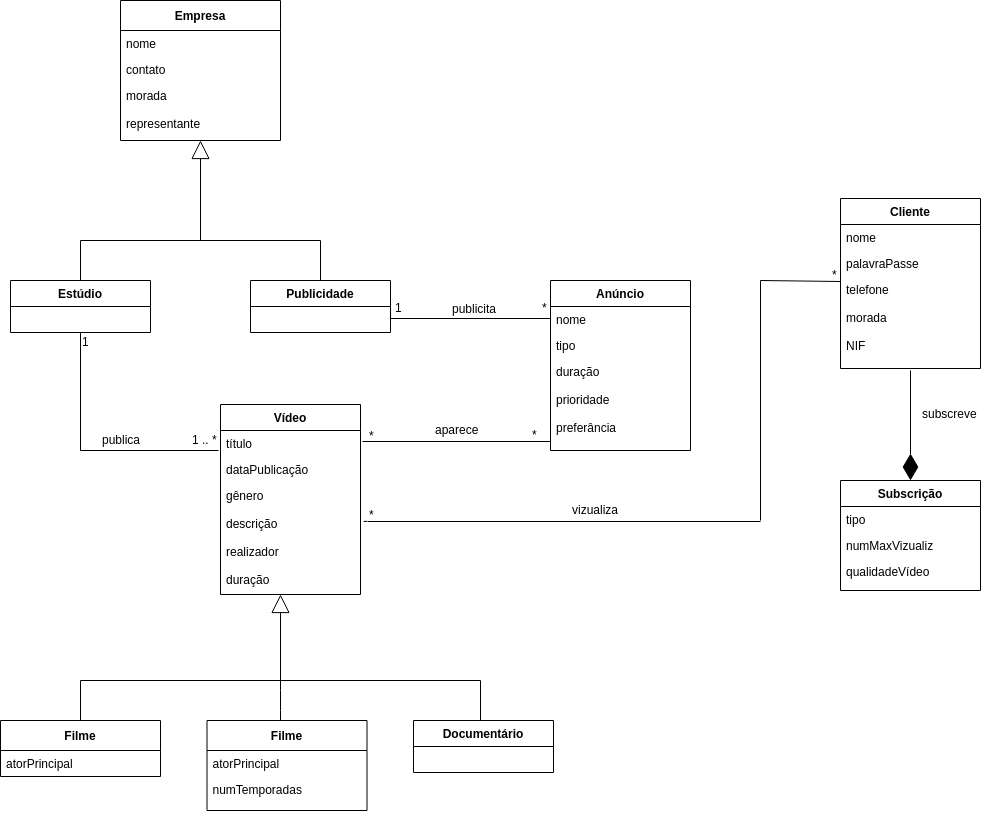
claudiaidcm/FEUP_BDAD-proj keeps this draw.io diagram as projetoPrimeiraParte/UML.png. Above is the earlier version. Source tidied: cells renumbered, new cells last; positions are measured from the earlier drawing's top-left corner, leaving out a move shared by most shapes.
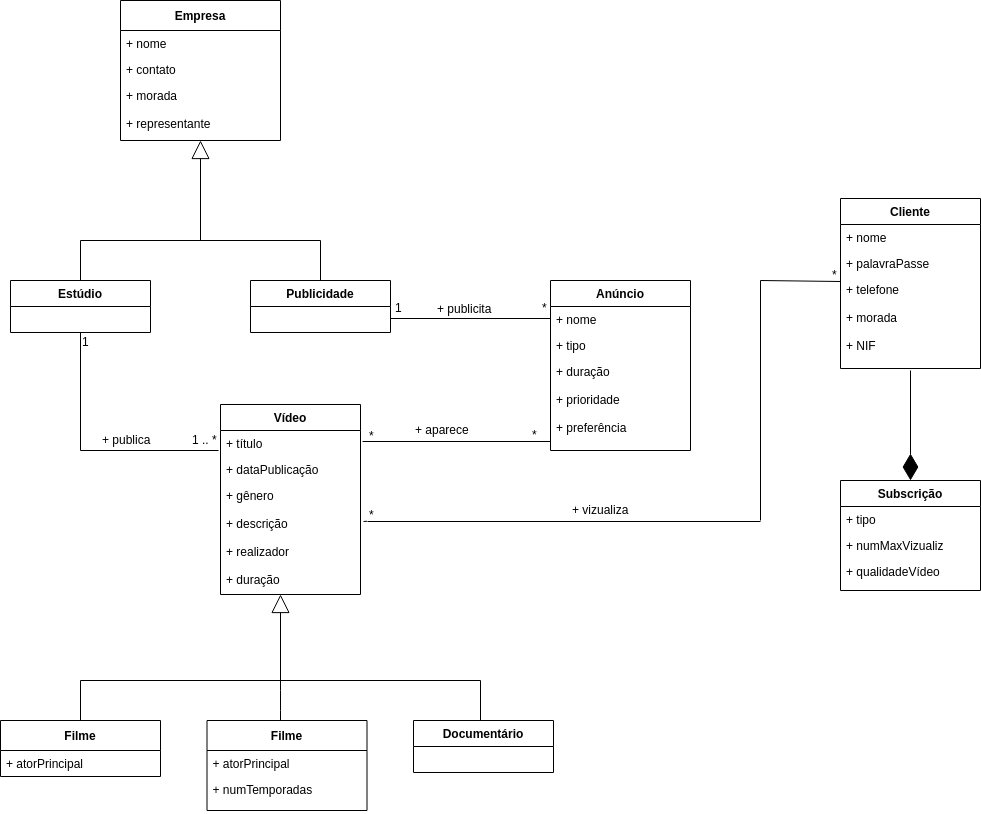
After the change.

Change to the diagram source:
```diff
@@ -5,13 +5,13 @@
     <mxCell id="2" value="Empresa" style="swimlane;fontStyle=1;horizontal=1;startSize=30;fillColor=none;" parent="1" vertex="1">
       <mxGeometry x="120" width="160" height="140" as="geometry" />
     </mxCell>
-    <mxCell id="3" value="nome" style="text;strokeColor=none;fillColor=none;align=left;verticalAlign=top;spacingLeft=4;spacingRight=4;overflow=hidden;" parent="2" vertex="1">
+    <mxCell id="3" value="+ nome&#10;&#10;" style="text;strokeColor=none;fillColor=none;align=left;verticalAlign=top;spacingLeft=4;spacingRight=4;overflow=hidden;" parent="2" vertex="1">
       <mxGeometry y="30" width="160" height="26" as="geometry" />
     </mxCell>
-    <mxCell id="4" value="contato" style="text;strokeColor=none;fillColor=none;align=left;verticalAlign=top;spacingLeft=4;spacingRight=4;overflow=hidden;" parent="2" vertex="1">
+    <mxCell id="4" value="+ contato" style="text;strokeColor=none;fillColor=none;align=left;verticalAlign=top;spacingLeft=4;spacingRight=4;overflow=hidden;" parent="2" vertex="1">
       <mxGeometry y="56" width="160" height="26" as="geometry" />
     </mxCell>
-    <mxCell id="5" value="morada&#10;&#10;representante&#10;" style="text;strokeColor=none;fillColor=none;align=left;verticalAlign=top;spacingLeft=4;spacingRight=4;overflow=hidden;" parent="2" vertex="1">
+    <mxCell id="5" value="+ morada&#10;&#10;+ representante&#10;" style="text;strokeColor=none;fillColor=none;align=left;verticalAlign=top;spacingLeft=4;spacingRight=4;overflow=hidden;" parent="2" vertex="1">
       <mxGeometry y="82" width="160" height="58" as="geometry" />
     </mxCell>
     <mxCell id="6" value="&lt;br&gt;&lt;br&gt;" style="endArrow=block;endSize=16;endFill=0;html=1;" parent="1" edge="1">
@@ -48,19 +48,19 @@
     <mxCell id="13" style="line;strokeWidth=1;fillColor=none;align=left;verticalAlign=middle;spacingTop=-1;spacingLeft=3;spacingRight=3;labelPosition=right;" parent="1" vertex="1">
       <mxGeometry x="390" y="314" width="160" height="8" as="geometry" />
     </mxCell>
-    <mxCell id="14" value="publicita" style="text;html=1;align=left;verticalAlign=top;spacingTop=-4;" parent="1" vertex="1">
-      <mxGeometry x="450" y="299" width="60" height="20" as="geometry" />
+    <mxCell id="14" value="+ publicita" style="text;html=1;align=left;verticalAlign=top;spacingTop=-4;" parent="1" vertex="1">
+      <mxGeometry x="435" y="299" width="70" height="20" as="geometry" />
     </mxCell>
     <mxCell id="15" value="Anúncio" style="swimlane;fontStyle=1;horizontal=1;startSize=26;fillColor=none;" parent="1" vertex="1">
       <mxGeometry x="550" y="280" width="140" height="170" as="geometry" />
     </mxCell>
-    <mxCell id="16" value="nome&#10;&#10;" style="text;strokeColor=none;fillColor=none;align=left;verticalAlign=top;spacingLeft=4;spacingRight=4;overflow=hidden;" parent="15" vertex="1">
+    <mxCell id="16" value="+ nome&#10;&#10;" style="text;strokeColor=none;fillColor=none;align=left;verticalAlign=top;spacingLeft=4;spacingRight=4;overflow=hidden;" parent="15" vertex="1">
       <mxGeometry y="26" width="140" height="26" as="geometry" />
     </mxCell>
-    <mxCell id="17" value="tipo" style="text;strokeColor=none;fillColor=none;align=left;verticalAlign=top;spacingLeft=4;spacingRight=4;overflow=hidden;" parent="15" vertex="1">
+    <mxCell id="17" value="+ tipo" style="text;strokeColor=none;fillColor=none;align=left;verticalAlign=top;spacingLeft=4;spacingRight=4;overflow=hidden;" parent="15" vertex="1">
       <mxGeometry y="52" width="140" height="26" as="geometry" />
     </mxCell>
-    <mxCell id="18" value="duração&#10;&#10;prioridade&#10;&#10;preferância&#10;" style="text;strokeColor=none;fillColor=none;align=left;verticalAlign=top;spacingLeft=4;spacingRight=4;overflow=hidden;points=[[0,0.5],[1,0.5]];portConstraint=eastwest;" parent="15" vertex="1">
+    <mxCell id="18" value="+ duração&#10;&#10;+ prioridade&#10;&#10;+ preferência&#10;" style="text;strokeColor=none;fillColor=none;align=left;verticalAlign=top;spacingLeft=4;spacingRight=4;overflow=hidden;points=[[0,0.5],[1,0.5]];portConstraint=eastwest;" parent="15" vertex="1">
       <mxGeometry y="78" width="140" height="92" as="geometry" />
     </mxCell>
     <mxCell id="19" value="1&lt;br&gt;&lt;br&gt;" style="text;html=1;align=left;verticalAlign=top;spacingTop=-4;" parent="1" vertex="1">
@@ -72,13 +72,13 @@
     <mxCell id="21" value="Vídeo" style="swimlane;fontStyle=1;horizontal=1;startSize=26;fillColor=none;" parent="1" vertex="1">
       <mxGeometry x="220" y="404" width="140" height="190" as="geometry" />
     </mxCell>
-    <mxCell id="22" value="título" style="text;strokeColor=none;fillColor=none;align=left;verticalAlign=top;spacingLeft=4;spacingRight=4;overflow=hidden;points=[[0,0.5],[1,0.5]];portConstraint=eastwest;" parent="21" vertex="1">
+    <mxCell id="22" value="+ título" style="text;strokeColor=none;fillColor=none;align=left;verticalAlign=top;spacingLeft=4;spacingRight=4;overflow=hidden;points=[[0,0.5],[1,0.5]];portConstraint=eastwest;" parent="21" vertex="1">
       <mxGeometry y="26" width="140" height="26" as="geometry" />
     </mxCell>
-    <mxCell id="23" value="dataPublicação" style="text;strokeColor=none;fillColor=none;align=left;verticalAlign=top;spacingLeft=4;spacingRight=4;overflow=hidden;" parent="21" vertex="1">
+    <mxCell id="23" value="+ dataPublicação" style="text;strokeColor=none;fillColor=none;align=left;verticalAlign=top;spacingLeft=4;spacingRight=4;overflow=hidden;" parent="21" vertex="1">
       <mxGeometry y="52" width="140" height="26" as="geometry" />
     </mxCell>
-    <mxCell id="24" value="gênero&#10;&#10;descrição&#10;&#10;realizador&#10;&#10;duração&#10;&#10;" style="text;strokeColor=none;fillColor=none;align=left;verticalAlign=top;spacingLeft=4;spacingRight=4;overflow=hidden;points=[[0,0.5],[1,0.5]];portConstraint=eastwest;" parent="21" vertex="1">
+    <mxCell id="24" value="+ gênero&#10;&#10;+ descrição&#10;&#10;+ realizador&#10;&#10;+ duração&#10;&#10;" style="text;strokeColor=none;fillColor=none;align=left;verticalAlign=top;spacingLeft=4;spacingRight=4;overflow=hidden;points=[[0,0.5],[1,0.5]];portConstraint=eastwest;" parent="21" vertex="1">
       <mxGeometry y="78" width="140" height="112" as="geometry" />
     </mxCell>
     <mxCell id="25" style="endArrow=none;html=1;entryX=0.5;entryY=1;entryDx=0;entryDy=0;" parent="1" edge="1" target="8">
@@ -91,8 +91,8 @@
         <mxPoint x="80" y="450" as="sourcePoint" />
       </mxGeometry>
     </mxCell>
-    <mxCell id="27" value="publica" style="text;html=1;align=left;verticalAlign=top;spacingTop=-4;" parent="1" vertex="1">
-      <mxGeometry x="100" y="430" width="50" height="20" as="geometry" />
+    <mxCell id="27" value="+ publica" style="text;html=1;align=left;verticalAlign=top;spacingTop=-4;" parent="1" vertex="1">
+      <mxGeometry x="100" y="430" width="60" height="20" as="geometry" />
     </mxCell>
     <mxCell id="28" value="1&lt;br&gt;&lt;br&gt;" style="text;html=1;align=left;verticalAlign=top;spacingTop=-4;" parent="1" vertex="1">
       <mxGeometry x="80" y="332" width="20" height="30" as="geometry" />
@@ -111,8 +111,8 @@
     <mxCell id="32" value="*&lt;br&gt;&lt;br&gt;" style="text;html=1;align=left;verticalAlign=top;spacingTop=-4;" parent="1" vertex="1">
       <mxGeometry x="530" y="425" width="20" height="30" as="geometry" />
     </mxCell>
-    <mxCell id="33" value="aparece" style="text;html=1;align=left;verticalAlign=top;spacingTop=-4;" parent="1" vertex="1">
-      <mxGeometry x="433" y="420" width="60" height="20" as="geometry" />
+    <mxCell id="33" value="+ aparece" style="text;html=1;align=left;verticalAlign=top;spacingTop=-4;" parent="1" vertex="1">
+      <mxGeometry x="413" y="420" width="70" height="20" as="geometry" />
     </mxCell>
     <mxCell id="34" style="endArrow=block;endSize=16;endFill=0;html=1;" parent="1" edge="1">
       <mxGeometry x="0.1" y="74" relative="1" as="geometry">
@@ -150,16 +150,16 @@
     <mxCell id="39" value="Filme" style="swimlane;fontStyle=1;horizontal=1;startSize=30;fillColor=none;" parent="1" vertex="1">
       <mxGeometry y="720" width="160" height="56" as="geometry" />
     </mxCell>
-    <mxCell id="40" value="atorPrincipal" style="text;strokeColor=none;fillColor=none;align=left;verticalAlign=top;spacingLeft=4;spacingRight=4;overflow=hidden;" parent="39" vertex="1">
+    <mxCell id="40" value="+ atorPrincipal" style="text;strokeColor=none;fillColor=none;align=left;verticalAlign=top;spacingLeft=4;spacingRight=4;overflow=hidden;" parent="39" vertex="1">
       <mxGeometry y="30" width="160" height="26" as="geometry" />
     </mxCell>
     <mxCell id="41" value="Filme" style="swimlane;fontStyle=1;horizontal=1;startSize=30;fillColor=none;" parent="1" vertex="1">
       <mxGeometry x="206.5" y="720" width="160" height="90" as="geometry" />
     </mxCell>
-    <mxCell id="42" value="atorPrincipal" style="text;strokeColor=none;fillColor=none;align=left;verticalAlign=top;spacingLeft=4;spacingRight=4;overflow=hidden;" parent="41" vertex="1">
+    <mxCell id="42" value="+ atorPrincipal" style="text;strokeColor=none;fillColor=none;align=left;verticalAlign=top;spacingLeft=4;spacingRight=4;overflow=hidden;" parent="41" vertex="1">
       <mxGeometry y="30" width="160" height="26" as="geometry" />
     </mxCell>
-    <mxCell id="43" value="numTemporadas&#10;" style="text;strokeColor=none;fillColor=none;align=left;verticalAlign=top;spacingLeft=4;spacingRight=4;overflow=hidden;" parent="41" vertex="1">
+    <mxCell id="43" value="+ numTemporadas&#10;" style="text;strokeColor=none;fillColor=none;align=left;verticalAlign=top;spacingLeft=4;spacingRight=4;overflow=hidden;" parent="41" vertex="1">
       <mxGeometry y="56" width="160" height="34" as="geometry" />
     </mxCell>
     <mxCell id="44" value="Documentário" style="swimlane;fontStyle=1;horizontal=1;startSize=26;fillColor=none;" parent="1" vertex="1">
@@ -168,13 +168,13 @@
     <mxCell id="45" value="Cliente" style="swimlane;fontStyle=1;horizontal=1;startSize=26;fillColor=none;" parent="1" vertex="1">
       <mxGeometry x="840" y="198" width="140" height="170" as="geometry" />
     </mxCell>
-    <mxCell id="46" value="nome&#10;&#10;" style="text;strokeColor=none;fillColor=none;align=left;verticalAlign=top;spacingLeft=4;spacingRight=4;overflow=hidden;" parent="45" vertex="1">
+    <mxCell id="46" value="+ nome&#10;&#10;" style="text;strokeColor=none;fillColor=none;align=left;verticalAlign=top;spacingLeft=4;spacingRight=4;overflow=hidden;" parent="45" vertex="1">
       <mxGeometry y="26" width="140" height="26" as="geometry" />
     </mxCell>
-    <mxCell id="47" value="palavraPasse" style="text;strokeColor=none;fillColor=none;align=left;verticalAlign=top;spacingLeft=4;spacingRight=4;overflow=hidden;" parent="45" vertex="1">
+    <mxCell id="47" value="+ palavraPasse" style="text;strokeColor=none;fillColor=none;align=left;verticalAlign=top;spacingLeft=4;spacingRight=4;overflow=hidden;" parent="45" vertex="1">
       <mxGeometry y="52" width="140" height="26" as="geometry" />
     </mxCell>
-    <mxCell id="48" value="telefone&#10;&#10;morada&#10;&#10;NIF&#10;" style="text;strokeColor=none;fillColor=none;align=left;verticalAlign=top;spacingLeft=4;spacingRight=4;overflow=hidden;" parent="45" vertex="1">
+    <mxCell id="48" value="+ telefone&#10;&#10;+ morada&#10;&#10;+ NIF&#10;" style="text;strokeColor=none;fillColor=none;align=left;verticalAlign=top;spacingLeft=4;spacingRight=4;overflow=hidden;" parent="45" vertex="1">
       <mxGeometry y="78" width="140" height="92" as="geometry" />
     </mxCell>
     <mxCell id="49" style="endArrow=diamondThin;endFill=1;endSize=24;html=1;" parent="1" edge="1">
@@ -186,18 +186,15 @@
     <mxCell id="50" value="Subscrição" style="swimlane;fontStyle=1;horizontal=1;startSize=26;fillColor=none;" parent="1" vertex="1">
       <mxGeometry x="840" y="480" width="140" height="110" as="geometry" />
     </mxCell>
-    <mxCell id="51" value="tipo&#10;" style="text;strokeColor=none;fillColor=none;align=left;verticalAlign=top;spacingLeft=4;spacingRight=4;overflow=hidden;" parent="50" vertex="1">
+    <mxCell id="51" value="+ tipo&#10;" style="text;strokeColor=none;fillColor=none;align=left;verticalAlign=top;spacingLeft=4;spacingRight=4;overflow=hidden;" parent="50" vertex="1">
       <mxGeometry y="26" width="140" height="26" as="geometry" />
     </mxCell>
-    <mxCell id="52" value="numMaxVizualiz" style="text;strokeColor=none;fillColor=none;align=left;verticalAlign=top;spacingLeft=4;spacingRight=4;overflow=hidden;" parent="50" vertex="1">
+    <mxCell id="52" value="+ numMaxVizualiz" style="text;strokeColor=none;fillColor=none;align=left;verticalAlign=top;spacingLeft=4;spacingRight=4;overflow=hidden;" parent="50" vertex="1">
       <mxGeometry y="52" width="140" height="26" as="geometry" />
     </mxCell>
-    <mxCell id="53" value="qualidadeVídeo&#10;" style="text;strokeColor=none;fillColor=none;align=left;verticalAlign=top;spacingLeft=4;spacingRight=4;overflow=hidden;" parent="50" vertex="1">
+    <mxCell id="53" value="+ qualidadeVídeo&#10;" style="text;strokeColor=none;fillColor=none;align=left;verticalAlign=top;spacingLeft=4;spacingRight=4;overflow=hidden;" parent="50" vertex="1">
       <mxGeometry y="78" width="140" height="32" as="geometry" />
     </mxCell>
-    <mxCell id="54" value="subscreve" style="text;html=1;align=left;verticalAlign=top;spacingTop=-4;" parent="1" vertex="1">
-      <mxGeometry x="920" y="404" width="70" height="20" as="geometry" />
-    </mxCell>
     <mxCell id="55" style="endArrow=none;html=1;exitX=0;exitY=0.533;exitDx=0;exitDy=0;exitPerimeter=0;" parent="1" edge="1" source="58">
       <mxGeometry relative="1" as="geometry">
         <mxPoint x="760" y="521" as="targetPoint" />
@@ -209,8 +206,8 @@
         <mxPoint x="760" y="280" as="targetPoint" />
       </mxGeometry>
     </mxCell>
-    <mxCell id="57" value="vizualiza" style="text;html=1;align=left;verticalAlign=top;spacingTop=-4;" parent="1" vertex="1">
-      <mxGeometry x="570" y="500" width="60" height="20" as="geometry" />
+    <mxCell id="57" value="+ vizualiza" style="text;html=1;align=left;verticalAlign=top;spacingTop=-4;" parent="1" vertex="1">
+      <mxGeometry x="570" y="500" width="70" height="20" as="geometry" />
     </mxCell>
     <mxCell id="58" value="*&lt;br&gt;&lt;br&gt;" style="text;html=1;points=[];align=left;verticalAlign=top;spacingTop=-4;" parent="1" vertex="1">
       <mxGeometry x="366.5" y="505" width="20" height="30" as="geometry" />
```
